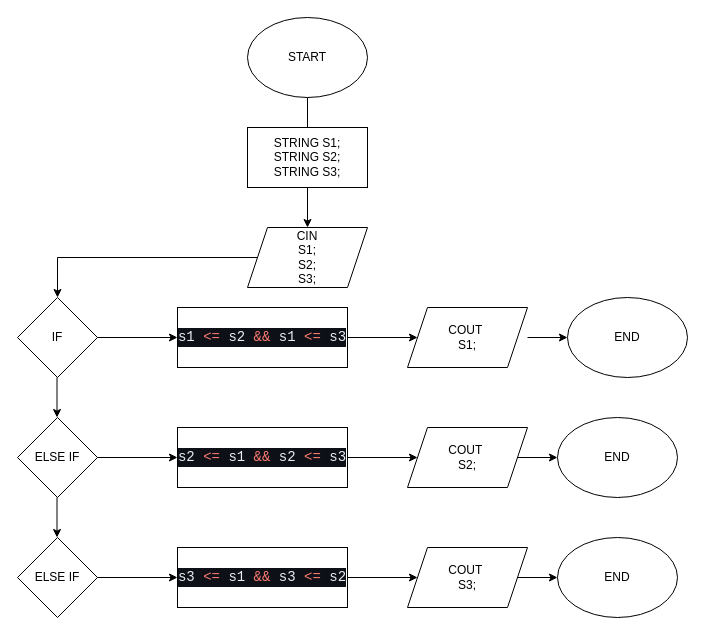
Kal222000/Diagramas-De-Flujo keeps this draw.io diagram as Untitled Diagram.drawio. Above is the earlier version. Source tidied: cells renumbered, new cells numbered last; positions are measured from the earlier drawing's top-left corner, leaving out a move shared by most shapes. Both pictures are drawn from the tidied source at 100%, with x=0, y=0 at pixel (17, 17).
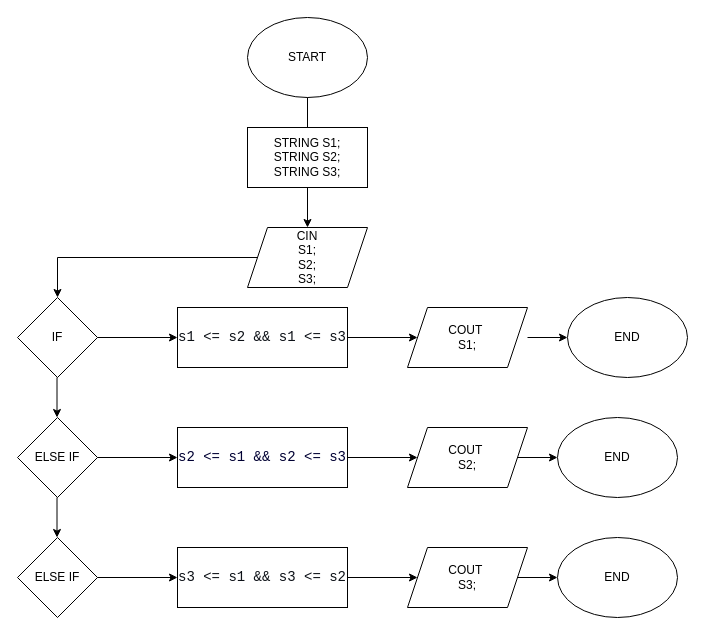
Above is the later version.

Change to the diagram source:
```diff
@@
-    <mxCell id="11" value="&lt;div style=&quot;color: rgb(230, 237, 243); background-color: rgb(13, 17, 23); font-family: Consolas, &amp;quot;Courier New&amp;quot;, monospace; font-size: 14px; line-height: 19px; white-space: pre;&quot;&gt;s1 &lt;span style=&quot;color: #ff7b72;&quot;&gt;&amp;lt;=&lt;/span&gt; s2 &lt;span style=&quot;color: #ff7b72;&quot;&gt;&amp;amp;&amp;amp;&lt;/span&gt; s1 &lt;span style=&quot;color: #ff7b72;&quot;&gt;&amp;lt;=&lt;/span&gt; s3&lt;/div&gt;" style="rounded=0;whiteSpace=wrap;html=1;" parent="1" vertex="1">
+    <mxCell id="11" value="&lt;div style=&quot;font-family: Consolas, &amp;quot;Courier New&amp;quot;, monospace; font-size: 14px; line-height: 19px; white-space: pre;&quot;&gt;&lt;font color=&quot;#0d1117&quot; style=&quot;background-color: rgb(255, 255, 255);&quot;&gt;s1 &amp;lt;= s2 &amp;amp;&amp;amp; s1 &amp;lt;= s3&lt;/font&gt;&lt;/div&gt;" style="rounded=0;whiteSpace=wrap;html=1;" parent="1" vertex="1">
       <mxGeometry x="160" y="290" width="170" height="60" as="geometry" />
     </mxCell>
@@
-    <mxCell id="17" value="&lt;div style=&quot;color: rgb(230, 237, 243); background-color: rgb(13, 17, 23); font-family: Consolas, &amp;quot;Courier New&amp;quot;, monospace; font-size: 14px; line-height: 19px; white-space: pre;&quot;&gt;&lt;div style=&quot;line-height: 19px;&quot;&gt;s2 &lt;span style=&quot;color: #ff7b72;&quot;&gt;&amp;lt;=&lt;/span&gt; s1 &lt;span style=&quot;color: #ff7b72;&quot;&gt;&amp;amp;&amp;amp;&lt;/span&gt; s2 &lt;span style=&quot;color: #ff7b72;&quot;&gt;&amp;lt;=&lt;/span&gt; s3&lt;/div&gt;&lt;/div&gt;" style="rounded=0;whiteSpace=wrap;html=1;" parent="1" vertex="1">
+    <mxCell id="17" value="&lt;div style=&quot;font-family: Consolas, &amp;quot;Courier New&amp;quot;, monospace; font-size: 14px; line-height: 19px; white-space: pre;&quot;&gt;&lt;div style=&quot;line-height: 19px;&quot;&gt;&lt;font style=&quot;background-color: rgb(255, 255, 255);&quot; color=&quot;#000033&quot;&gt;s2 &amp;lt;= s1 &amp;amp;&amp;amp; s2 &amp;lt;= s3&lt;/font&gt;&lt;/div&gt;&lt;/div&gt;" style="rounded=0;whiteSpace=wrap;html=1;" parent="1" vertex="1">
       <mxGeometry x="160" y="410" width="170" height="60" as="geometry" />
     </mxCell>
@@
-    <mxCell id="23" value="&lt;div style=&quot;color: rgb(230, 237, 243); background-color: rgb(13, 17, 23); font-family: Consolas, &amp;quot;Courier New&amp;quot;, monospace; font-size: 14px; line-height: 19px; white-space: pre;&quot;&gt;&lt;div style=&quot;line-height: 19px;&quot;&gt;&lt;div style=&quot;line-height: 19px;&quot;&gt;s3 &lt;span style=&quot;color: #ff7b72;&quot;&gt;&amp;lt;=&lt;/span&gt; s1 &lt;span style=&quot;color: #ff7b72;&quot;&gt;&amp;amp;&amp;amp;&lt;/span&gt; s3 &lt;span style=&quot;color: #ff7b72;&quot;&gt;&amp;lt;=&lt;/span&gt; s2&lt;/div&gt;&lt;/div&gt;&lt;/div&gt;" style="rounded=0;whiteSpace=wrap;html=1;" parent="1" vertex="1">
+    <mxCell id="23" value="&lt;div style=&quot;font-family: Consolas, &amp;quot;Courier New&amp;quot;, monospace; font-size: 14px; line-height: 19px; white-space: pre;&quot;&gt;&lt;div style=&quot;line-height: 19px;&quot;&gt;&lt;div style=&quot;line-height: 19px;&quot;&gt;&lt;font style=&quot;background-color: rgb(255, 255, 255);&quot; color=&quot;#0d1117&quot;&gt;s3 &amp;lt;= s1 &amp;amp;&amp;amp; s3 &amp;lt;= s2&lt;/font&gt;&lt;/div&gt;&lt;/div&gt;&lt;/div&gt;" style="rounded=0;whiteSpace=wrap;html=1;" parent="1" vertex="1">
       <mxGeometry x="160" y="530" width="170" height="60" as="geometry" />
     </mxCell>
```
